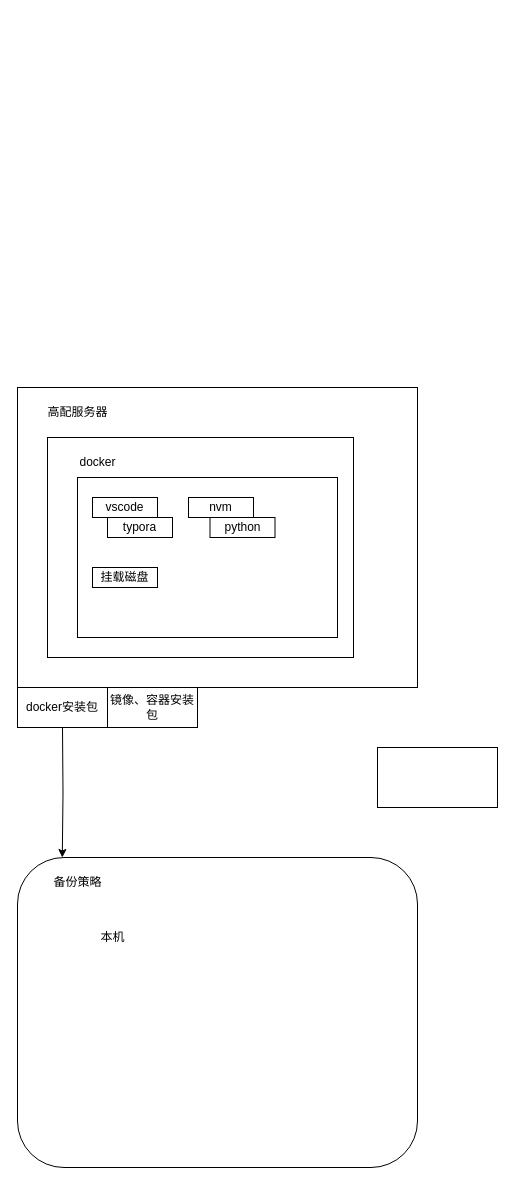
Saiable/drawio keeps this draw.io diagram as 个人工作流.drawio. Above is the earlier version. Source tidied: cells renumbered, new cells numbered last; positions are measured from the earlier drawing's top-left corner, leaving out a move shared by most shapes. Both pictures are drawn from the tidied source at 100%, with x=0, y=0 at pixel (17, 387).
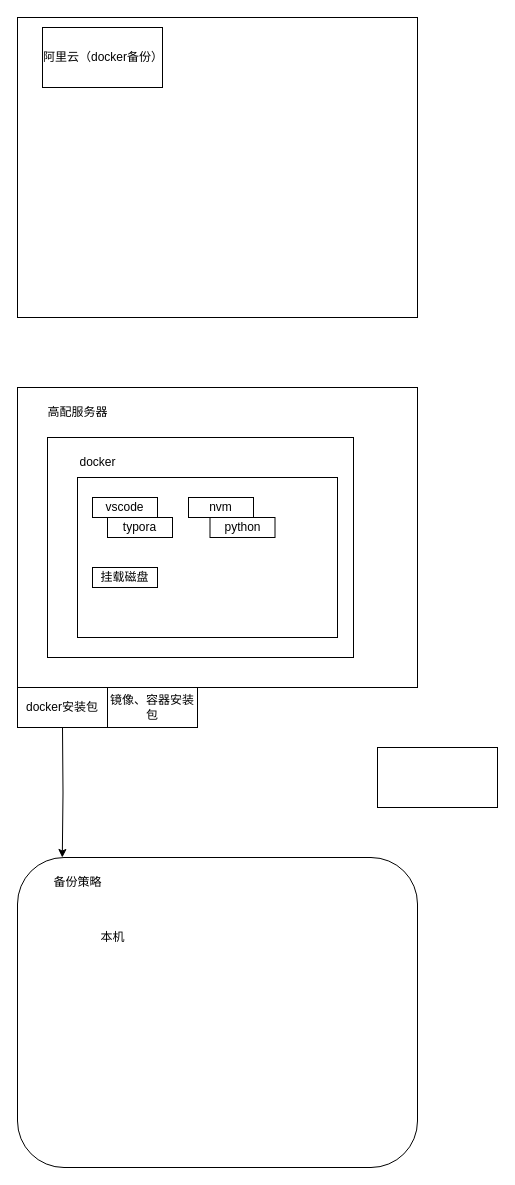
After the change.

Commit message:
更新个人工作流.drawio

Diff of the diagram source:
```diff
@@
+    <mxCell id="19" style="rounded=0;whiteSpace=wrap;html=1;" parent="1" vertex="1">
+      <mxGeometry y="-370" width="400" height="300" as="geometry" />
+    </mxCell>
+    <mxCell id="20" value="阿里云（docker备份）" style="rounded=0;whiteSpace=wrap;html=1;" parent="1" vertex="1">
+      <mxGeometry x="25" y="-360" width="120" height="60" as="geometry" />
+    </mxCell>
```
